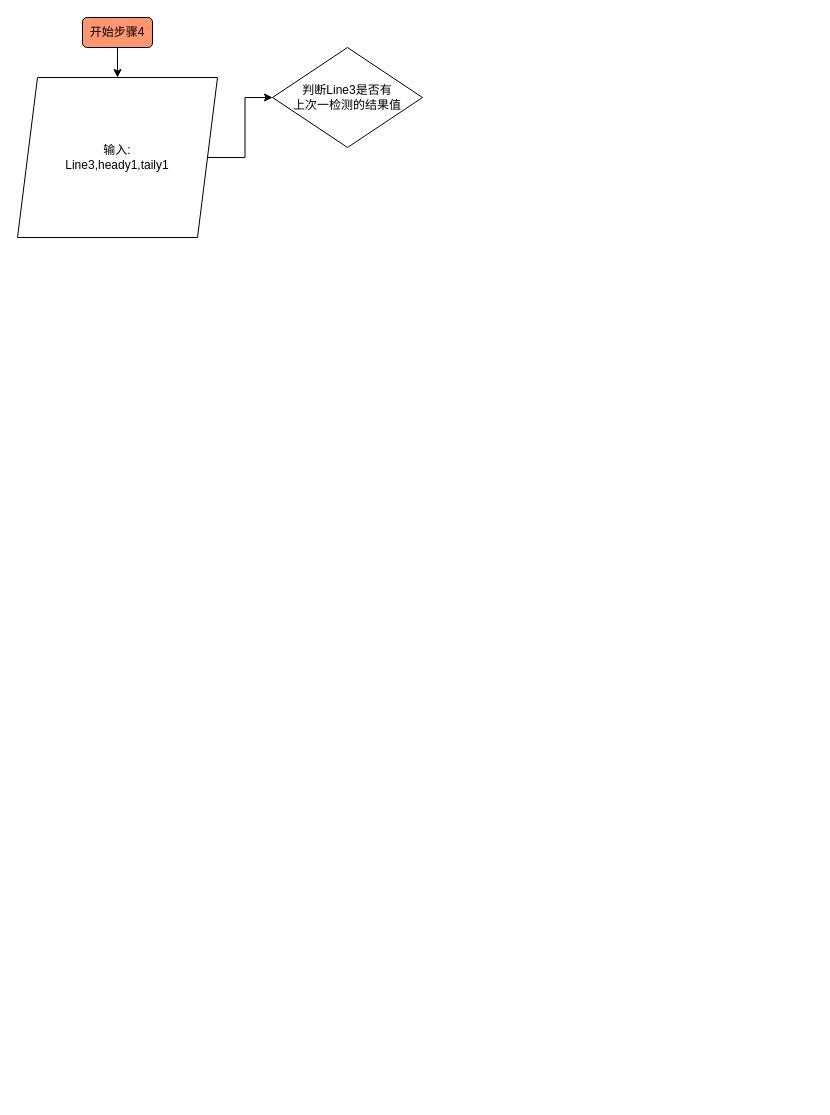
The draw.io diagram 未命名绘图3.drawio in qubo188612/Visio, before the edit. Source tidied: cells renumbered, new cells numbered last; positions are measured from the earlier drawing's top-left corner, leaving out a move shared by most shapes. Both pictures are drawn from the tidied source at 100%, with x=0, y=0 at pixel (17, 17).
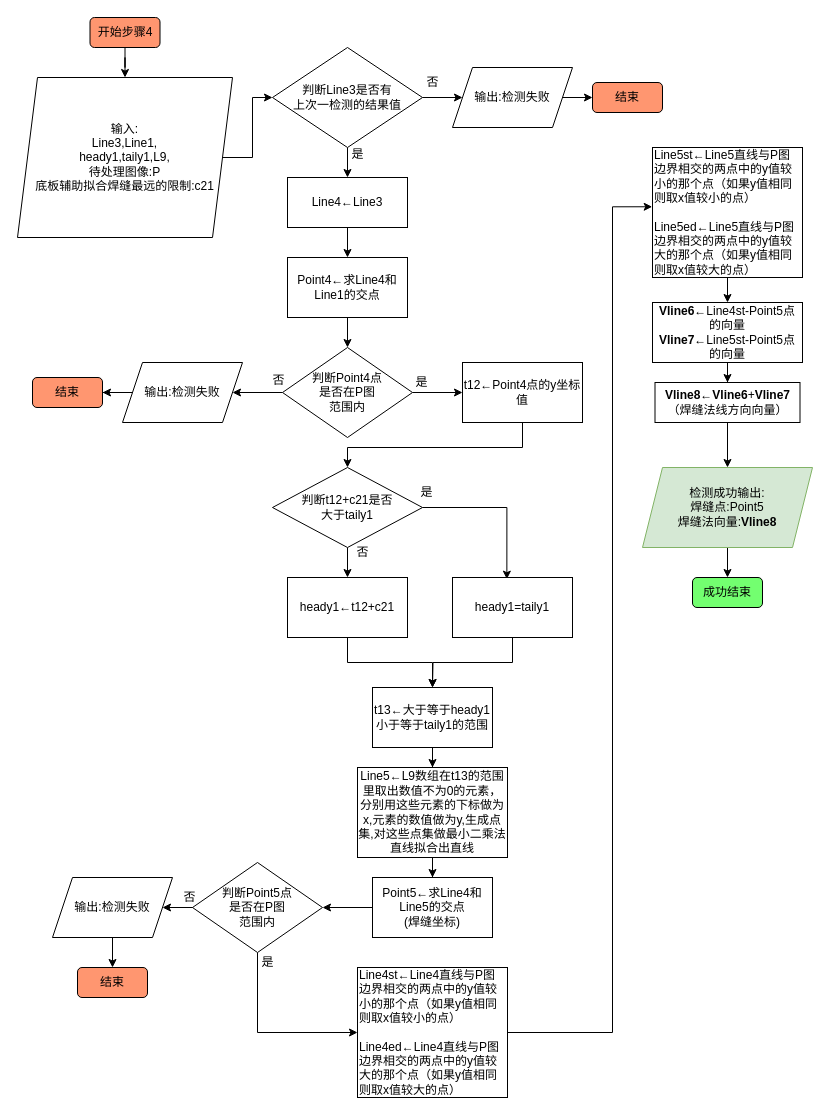
The same diagram, later.

Commit message (it also covers changes not shown here):
更新未命名绘图3.drawio

Unchanged cells that the change refers to:
```xml
<mxCell id="6" value="判断Line3是否有&lt;br&gt;上次一检测的结果值" style="rhombus;whiteSpace=wrap;html=1;" parent="1" vertex="1">
  <mxGeometry x="255" y="30" width="150" height="100" as="geometry" />
</mxCell>
```

The edit, as a diff of the source:
```diff
@@
     <mxCell id="3" value="开始步骤4" style="rounded=1;whiteSpace=wrap;html=1;fillColor=#FF9670;" parent="1" vertex="1">
-      <mxGeometry x="65" width="70" height="30" as="geometry" />
+      <mxGeometry x="72.5" width="70" height="30" as="geometry" />
     </mxCell>
@@
-    <mxCell id="5" value="输入:&lt;br&gt;Line3,heady1,taily1" style="shape=parallelogram;perimeter=parallelogramPerimeter;whiteSpace=wrap;html=1;fixedSize=1;" parent="1" vertex="1">
-      <mxGeometry y="60" width="200" height="160" as="geometry" />
+    <mxCell id="5" value="输入:&lt;br&gt;Line3,Line1,&lt;br&gt;heady1,taily1,L9,&lt;br&gt;待处理图像:P&lt;br&gt;底板辅助拟合焊缝最远的限制:c21" style="shape=parallelogram;perimeter=parallelogramPerimeter;whiteSpace=wrap;html=1;fixedSize=1;" parent="1" vertex="1">
+      <mxGeometry y="60" width="215" height="160" as="geometry" />
     </mxCell>
+    <mxCell id="7" style="edgeStyle=orthogonalEdgeStyle;rounded=0;jettySize=auto;html=1;" parent="1" edge="1" source="6" target="10">
+      <mxGeometry relative="1" as="geometry" />
+    </mxCell>
+    <mxCell id="8" style="edgeStyle=orthogonalEdgeStyle;rounded=0;jettySize=auto;html=1;exitX=1;exitY=0.5;exitDx=0;exitDy=0;" parent="1" edge="1" source="6" target="13">
+      <mxGeometry relative="1" as="geometry" />
+    </mxCell>
@@
+    <mxCell id="9" style="edgeStyle=orthogonalEdgeStyle;rounded=0;jettySize=auto;html=1;exitX=0.5;exitY=1;exitDx=0;exitDy=0;entryX=0.5;entryY=0;entryDx=0;entryDy=0;" parent="1" edge="1" source="10" target="17">
+      <mxGeometry relative="1" as="geometry" />
+    </mxCell>
+    <mxCell id="10" value="Line4←Line3" style="rounded=0;whiteSpace=wrap;html=1;" parent="1" vertex="1">
+      <mxGeometry x="270" y="160" width="120" height="50" as="geometry" />
+    </mxCell>
+    <mxCell id="11" value="是" style="text;html=1;align=center;verticalAlign=middle;strokeColor=none;fillColor=none;" parent="1" vertex="1">
+      <mxGeometry x="320" y="122" width="40" height="30" as="geometry" />
+    </mxCell>
+    <mxCell id="12" style="edgeStyle=orthogonalEdgeStyle;rounded=0;jettySize=auto;html=1;exitX=1;exitY=0.5;exitDx=0;exitDy=0;entryX=0;entryY=0.5;entryDx=0;entryDy=0;" parent="1" edge="1" source="13" target="15">
+      <mxGeometry relative="1" as="geometry" />
+    </mxCell>
+    <mxCell id="13" value="输出:检测失败" style="shape=parallelogram;perimeter=parallelogramPerimeter;whiteSpace=wrap;html=1;fixedSize=1;" parent="1" vertex="1">
+      <mxGeometry x="435" y="50" width="120" height="60" as="geometry" />
+    </mxCell>
+    <mxCell id="14" value="否" style="text;html=1;align=center;verticalAlign=middle;strokeColor=none;fillColor=none;" parent="1" vertex="1">
+      <mxGeometry x="395" y="50" width="40" height="30" as="geometry" />
+    </mxCell>
+    <mxCell id="15" value="结束" style="rounded=1;whiteSpace=wrap;html=1;fillColor=#FF9670;" parent="1" vertex="1">
+      <mxGeometry x="575" y="65" width="70" height="30" as="geometry" />
+    </mxCell>
+    <mxCell id="16" style="edgeStyle=orthogonalEdgeStyle;rounded=0;jettySize=auto;html=1;" parent="1" edge="1" source="17" target="20">
+      <mxGeometry relative="1" as="geometry" />
+    </mxCell>
+    <mxCell id="17" value="Point4←求Line4和Line1的交点" style="rounded=0;whiteSpace=wrap;html=1;" parent="1" vertex="1">
+      <mxGeometry x="270" y="240" width="120" height="60" as="geometry" />
+    </mxCell>
+    <mxCell id="18" style="edgeStyle=orthogonalEdgeStyle;rounded=0;jettySize=auto;html=1;" parent="1" edge="1" source="20" target="22">
+      <mxGeometry relative="1" as="geometry" />
+    </mxCell>
+    <mxCell id="19" style="edgeStyle=orthogonalEdgeStyle;rounded=0;jettySize=auto;html=1;" parent="1" edge="1" source="20" target="41">
+      <mxGeometry relative="1" as="geometry" />
+    </mxCell>
+    <mxCell id="20" value="判断Point4点&lt;br&gt;是否在P图&lt;br&gt;范围内" style="rhombus;whiteSpace=wrap;html=1;" parent="1" vertex="1">
+      <mxGeometry x="265" y="330" width="130" height="90" as="geometry" />
+    </mxCell>
+    <mxCell id="21" style="edgeStyle=orthogonalEdgeStyle;rounded=0;jettySize=auto;html=1;" parent="1" edge="1" source="22" target="24">
+      <mxGeometry relative="1" as="geometry" />
+    </mxCell>
+    <mxCell id="22" value="输出:检测失败" style="shape=parallelogram;perimeter=parallelogramPerimeter;whiteSpace=wrap;html=1;fixedSize=1;" parent="1" vertex="1">
+      <mxGeometry x="105" y="345" width="120" height="60" as="geometry" />
+    </mxCell>
+    <mxCell id="23" value="否" style="text;html=1;align=center;verticalAlign=middle;strokeColor=none;fillColor=none;" parent="1" vertex="1">
+      <mxGeometry x="241" y="348" width="40" height="30" as="geometry" />
+    </mxCell>
+    <mxCell id="24" value="结束" style="rounded=1;whiteSpace=wrap;html=1;fillColor=#FF9670;" parent="1" vertex="1">
+      <mxGeometry x="15" y="360" width="70" height="30" as="geometry" />
+    </mxCell>
+    <mxCell id="25" style="edgeStyle=orthogonalEdgeStyle;rounded=0;jettySize=auto;html=1;" parent="1" edge="1" source="27" target="29">
+      <mxGeometry relative="1" as="geometry" />
+    </mxCell>
+    <mxCell id="26" style="edgeStyle=orthogonalEdgeStyle;rounded=0;jettySize=auto;html=1;exitX=1;exitY=0.5;exitDx=0;exitDy=0;entryX=0.453;entryY=0.028;entryDx=0;entryDy=0;entryPerimeter=0;" parent="1" edge="1" source="27" target="32">
+      <mxGeometry relative="1" as="geometry" />
+    </mxCell>
+    <mxCell id="27" value="判断t12+c21是否&lt;br&gt;大于taily1" style="rhombus;whiteSpace=wrap;html=1;" parent="1" vertex="1">
+      <mxGeometry x="255" y="450" width="150" height="80" as="geometry" />
+    </mxCell>
+    <mxCell id="28" style="edgeStyle=orthogonalEdgeStyle;rounded=0;jettySize=auto;html=1;exitX=0.5;exitY=1;exitDx=0;exitDy=0;entryX=0.5;entryY=0;entryDx=0;entryDy=0;" parent="1" edge="1" source="29" target="35">
+      <mxGeometry relative="1" as="geometry" />
+    </mxCell>
+    <mxCell id="29" value="heady1←t12+c21" style="rounded=0;whiteSpace=wrap;html=1;" parent="1" vertex="1">
+      <mxGeometry x="270" y="560" width="120" height="60" as="geometry" />
+    </mxCell>
+    <mxCell id="30" value="否" style="text;html=1;align=center;verticalAlign=middle;strokeColor=none;fillColor=none;" parent="1" vertex="1">
+      <mxGeometry x="325" y="520" width="40" height="30" as="geometry" />
+    </mxCell>
+    <mxCell id="31" style="edgeStyle=orthogonalEdgeStyle;rounded=0;jettySize=auto;html=1;exitX=0.5;exitY=1;exitDx=0;exitDy=0;" parent="1" edge="1" source="32">
+      <mxGeometry relative="1" as="geometry">
+        <mxPoint x="415" y="670" as="targetPoint" />
+      </mxGeometry>
+    </mxCell>
+    <mxCell id="32" value="heady1=taily1" style="rounded=0;whiteSpace=wrap;html=1;" parent="1" vertex="1">
+      <mxGeometry x="435" y="560" width="120" height="60" as="geometry" />
+    </mxCell>
+    <mxCell id="33" value="是" style="text;html=1;align=center;verticalAlign=middle;strokeColor=none;fillColor=none;" parent="1" vertex="1">
+      <mxGeometry x="389" y="460" width="40" height="30" as="geometry" />
+    </mxCell>
+    <mxCell id="34" style="edgeStyle=orthogonalEdgeStyle;rounded=0;jettySize=auto;html=1;" parent="1" edge="1" source="35" target="37">
+      <mxGeometry relative="1" as="geometry" />
+    </mxCell>
+    <mxCell id="35" value="t13←大于等于heady1小于等于taily1的范围" style="rounded=0;whiteSpace=wrap;html=1;" parent="1" vertex="1">
+      <mxGeometry x="355" y="670" width="120" height="60" as="geometry" />
+    </mxCell>
+    <mxCell id="36" style="edgeStyle=orthogonalEdgeStyle;rounded=0;jettySize=auto;html=1;" parent="1" edge="1" source="37" target="39">
+      <mxGeometry relative="1" as="geometry" />
+    </mxCell>
+    <mxCell id="37" value="Line5←L9数组在t13的范围里取出数值不为0的元素，分别用这些元素的下标做为x,元素的数值做为y,生成点集,对这些点集做最小二乘法直线拟合出直线" style="rounded=0;whiteSpace=wrap;html=1;" parent="1" vertex="1">
+      <mxGeometry x="340" y="750" width="150" height="90" as="geometry" />
+    </mxCell>
+    <mxCell id="38" style="edgeStyle=orthogonalEdgeStyle;rounded=0;jettySize=auto;html=1;" parent="1" edge="1" source="39" target="53">
+      <mxGeometry relative="1" as="geometry" />
+    </mxCell>
+    <mxCell id="39" value="Point5←求Line4和Line5的交点&lt;br&gt;(焊缝坐标)" style="rounded=0;whiteSpace=wrap;html=1;" parent="1" vertex="1">
+      <mxGeometry x="355" y="860" width="120" height="60" as="geometry" />
+    </mxCell>
+    <mxCell id="40" style="edgeStyle=orthogonalEdgeStyle;rounded=0;jettySize=auto;html=1;entryX=0.5;entryY=0;entryDx=0;entryDy=0;" parent="1" edge="1" source="41" target="27">
+      <mxGeometry relative="1" as="geometry">
+        <Array as="points">
+          <mxPoint x="505" y="430" />
+          <mxPoint x="330" y="430" />
+        </Array>
+      </mxGeometry>
+    </mxCell>
+    <mxCell id="41" value="t12←Point4点的y坐标值" style="rounded=0;whiteSpace=wrap;html=1;" parent="1" vertex="1">
+      <mxGeometry x="445" y="345" width="120" height="60" as="geometry" />
+    </mxCell>
+    <mxCell id="42" value="是" style="text;html=1;align=center;verticalAlign=middle;strokeColor=none;fillColor=none;" parent="1" vertex="1">
+      <mxGeometry x="384" y="350" width="40" height="30" as="geometry" />
+    </mxCell>
+    <mxCell id="43" style="edgeStyle=orthogonalEdgeStyle;rounded=0;jettySize=auto;html=1;" parent="1" edge="1" source="44" target="50">
+      <mxGeometry relative="1" as="geometry" />
+    </mxCell>
+    <mxCell id="44" value="&lt;b&gt;Vline6←&lt;/b&gt;Line4st-Point5点的向量&lt;br&gt;&lt;b&gt;Vline7&lt;/b&gt;←Line5st-Point5点的向量" style="rounded=0;whiteSpace=wrap;html=1;" parent="1" vertex="1">
+      <mxGeometry x="635" y="285" width="150" height="60" as="geometry" />
+    </mxCell>
+    <mxCell id="45" style="edgeStyle=orthogonalEdgeStyle;rounded=0;jettySize=auto;html=1;exitX=1;exitY=0.5;exitDx=0;exitDy=0;entryX=-0.002;entryY=0.456;entryDx=0;entryDy=0;entryPerimeter=0;" parent="1" edge="1" source="46" target="48">
+      <mxGeometry relative="1" as="geometry">
+        <Array as="points">
+          <mxPoint x="595" y="1015" />
+          <mxPoint x="595" y="189" />
+        </Array>
+      </mxGeometry>
+    </mxCell>
+    <mxCell id="46" value="Line4st←Line4直线与P图边界相交的两点中的y值较小的那个点（如果y值相同则取x值较小的点）&lt;br&gt;&lt;br&gt;Line4ed←Line4直线与P图边界相交的两点中的y值较大的那个点（如果y值相同则取x值较大的点）" style="rounded=0;whiteSpace=wrap;html=1;align=left;" parent="1" vertex="1">
+      <mxGeometry x="340" y="950" width="150" height="130" as="geometry" />
+    </mxCell>
+    <mxCell id="47" style="edgeStyle=orthogonalEdgeStyle;rounded=0;jettySize=auto;html=1;" parent="1" edge="1" source="48" target="44">
+      <mxGeometry relative="1" as="geometry" />
+    </mxCell>
+    <mxCell id="48" value="Line5st←Line5直线与P图边界相交的两点中的y值较小的那个点（如果y值相同则取x值较小的点）&lt;br&gt;&lt;br&gt;Line5ed←Line5直线与P图边界相交的两点中的y值较大的那个点（如果y值相同则取x值较大的点）" style="rounded=0;whiteSpace=wrap;html=1;align=left;" parent="1" vertex="1">
+      <mxGeometry x="635" y="130" width="150" height="130" as="geometry" />
+    </mxCell>
+    <mxCell id="49" style="edgeStyle=orthogonalEdgeStyle;rounded=0;jettySize=auto;html=1;" parent="1" edge="1" source="50" target="60">
+      <mxGeometry relative="1" as="geometry" />
+    </mxCell>
+    <mxCell id="50" value="&lt;b&gt;Vline8←&lt;/b&gt;&lt;b style=&quot;border-color: var(--border-color);&quot;&gt;Vline6&lt;/b&gt;&lt;span style=&quot;border-color: var(--border-color);&quot;&gt;+&lt;/span&gt;&lt;span style=&quot;border-color: var(--border-color);&quot;&gt;&lt;b&gt;Vline7&lt;/b&gt;&lt;br&gt;（焊缝法线方向向量）&lt;br&gt;&lt;/span&gt;" style="rounded=0;whiteSpace=wrap;html=1;" parent="1" vertex="1">
+      <mxGeometry x="637.5" y="365" width="145" height="40" as="geometry" />
+    </mxCell>
+    <mxCell id="51" style="edgeStyle=orthogonalEdgeStyle;rounded=0;jettySize=auto;html=1;exitX=0.5;exitY=1;exitDx=0;exitDy=0;entryX=0;entryY=0.5;entryDx=0;entryDy=0;" parent="1" edge="1" source="53" target="46">
+      <mxGeometry relative="1" as="geometry" />
+    </mxCell>
+    <mxCell id="52" style="edgeStyle=orthogonalEdgeStyle;rounded=0;jettySize=auto;html=1;" parent="1" edge="1" source="53" target="56">
+      <mxGeometry relative="1" as="geometry" />
+    </mxCell>
+    <mxCell id="53" value="判断Point5点&lt;br&gt;是否在P图&lt;br&gt;范围内" style="rhombus;whiteSpace=wrap;html=1;" parent="1" vertex="1">
+      <mxGeometry x="175" y="845" width="130" height="90" as="geometry" />
+    </mxCell>
+    <mxCell id="54" value="是" style="text;html=1;align=center;verticalAlign=middle;strokeColor=none;fillColor=none;" parent="1" vertex="1">
+      <mxGeometry x="230" y="930" width="40" height="30" as="geometry" />
+    </mxCell>
+    <mxCell id="55" style="edgeStyle=orthogonalEdgeStyle;rounded=0;jettySize=auto;html=1;" parent="1" edge="1" source="56" target="58">
+      <mxGeometry relative="1" as="geometry" />
+    </mxCell>
+    <mxCell id="56" value="输出:检测失败" style="shape=parallelogram;perimeter=parallelogramPerimeter;whiteSpace=wrap;html=1;fixedSize=1;" parent="1" vertex="1">
+      <mxGeometry x="35" y="860" width="120" height="60" as="geometry" />
+    </mxCell>
+    <mxCell id="57" value="否" style="text;html=1;align=center;verticalAlign=middle;strokeColor=none;fillColor=none;" parent="1" vertex="1">
+      <mxGeometry x="152" y="865" width="40" height="30" as="geometry" />
+    </mxCell>
+    <mxCell id="58" value="结束" style="rounded=1;whiteSpace=wrap;html=1;fillColor=#FF9670;" parent="1" vertex="1">
+      <mxGeometry x="60" y="950" width="70" height="30" as="geometry" />
+    </mxCell>
+    <mxCell id="59" style="edgeStyle=orthogonalEdgeStyle;rounded=0;jettySize=auto;html=1;" parent="1" edge="1" source="60" target="61">
+      <mxGeometry relative="1" as="geometry" />
+    </mxCell>
+    <mxCell id="60" value="检测成功输出:&lt;br&gt;焊缝点:Point5&lt;br&gt;焊缝法向量:&lt;b style=&quot;border-color: var(--border-color);&quot;&gt;Vline8&lt;/b&gt;" style="shape=parallelogram;perimeter=parallelogramPerimeter;whiteSpace=wrap;html=1;fixedSize=1;fillColor=#d5e8d4;strokeColor=#82b366;" parent="1" vertex="1">
+      <mxGeometry x="625" y="450" width="170" height="80" as="geometry" />
+    </mxCell>
+    <mxCell id="61" value="成功结束" style="rounded=1;whiteSpace=wrap;html=1;fillColor=#73ff70;" parent="1" vertex="1">
+      <mxGeometry x="675" y="560" width="70" height="30" as="geometry" />
+    </mxCell>
```
